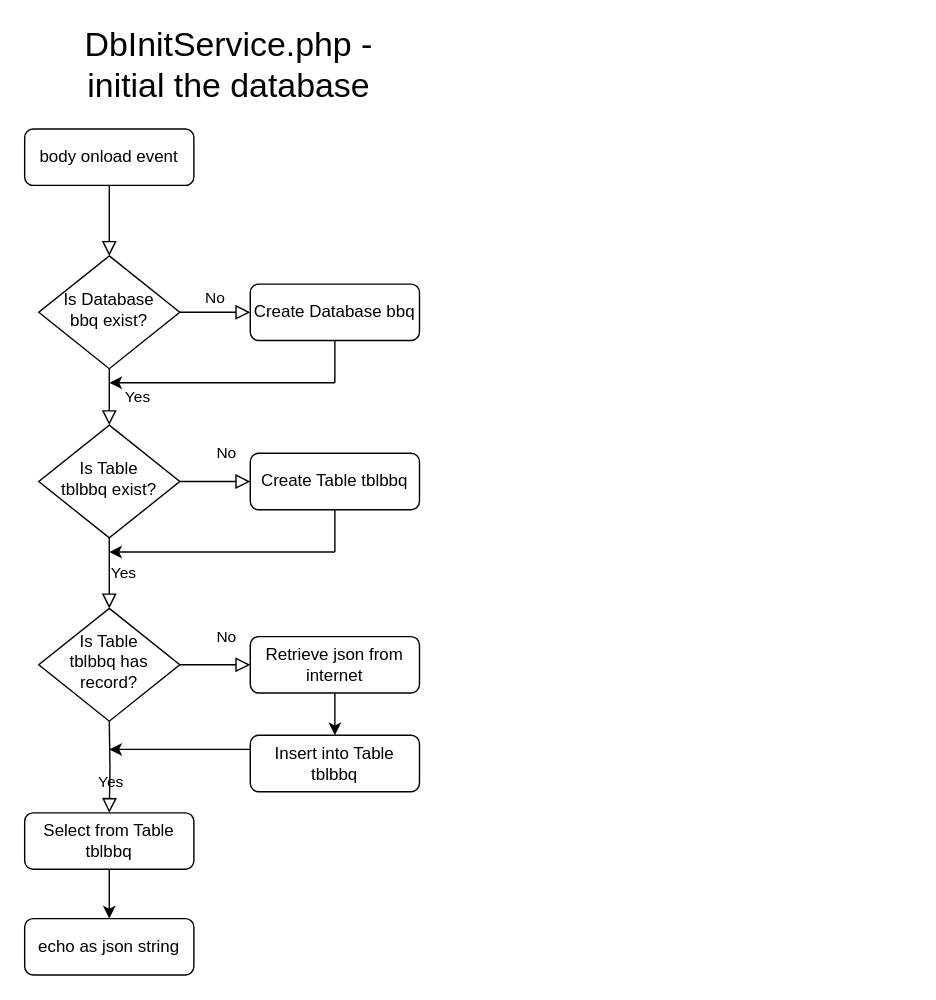
The draw.io diagram Untitled Diagram.drawio in kachun8051/networkdiagram, before the edit. Source tidied: cells renumbered, new cells numbered last; positions are measured from the earlier drawing's top-left corner, leaving out a move shared by most shapes. Both pictures are drawn from the tidied source at 141%, with x=0, y=0 at pixel (24, 44).
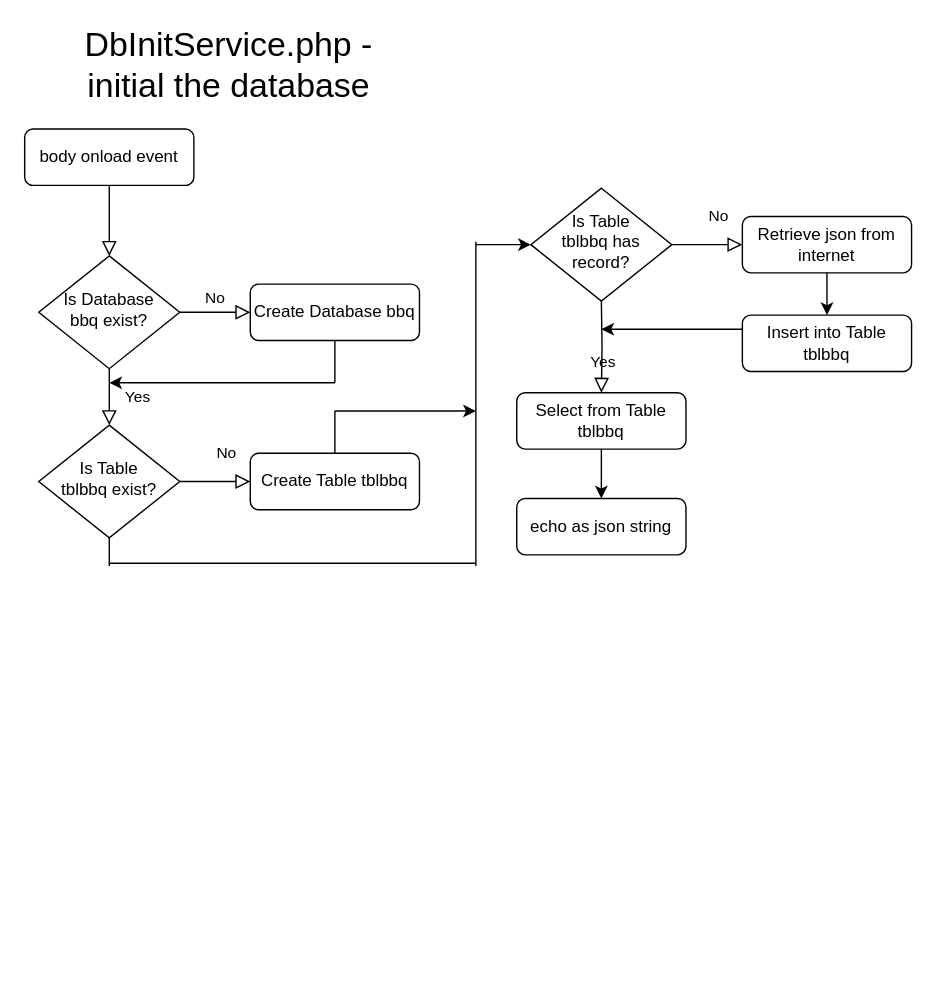
Above is the later version.

The change refers to these unchanged cells:
```xml
<mxCell id="10" value="Is Table &lt;br&gt;tblbbq exist?" style="rhombus;whiteSpace=wrap;html=1;shadow=0;fontFamily=Helvetica;fontSize=12;align=center;strokeWidth=1;spacing=6;spacingTop=-4;" parent="1" vertex="1">
  <mxGeometry x="10" y="270" width="100" height="80" as="geometry" />
</mxCell>
<mxCell id="11" value="Create Table tblbbq" style="rounded=1;whiteSpace=wrap;html=1;fontSize=12;glass=0;strokeWidth=1;shadow=0;" parent="1" vertex="1">
  <mxGeometry x="160" y="290" width="120" height="40" as="geometry" />
</mxCell>
```

Change to the diagram source:
```diff
@@
-    <mxCell id="9" value="Yes" style="edgeStyle=orthogonalEdgeStyle;rounded=0;html=1;jettySize=auto;fontSize=11;endArrow=block;endFill=0;endSize=8;strokeWidth=1;shadow=0;labelBackgroundColor=none;exitX=0.5;exitY=1;exitDx=0;exitDy=0;" parent="1" edge="1" source="10">
-      <mxGeometry y="10" relative="1" as="geometry">
-        <mxPoint x="60" y="400" as="targetPoint" />
-        <Array as="points">
-          <mxPoint x="60" y="370" />
-          <mxPoint x="60" y="370" />
-        </Array>
-      </mxGeometry>
-    </mxCell>
@@
     <mxCell id="15" style="endArrow=classic;html=1;rounded=0;fontSize=24;" parent="1" edge="1">
       <mxGeometry relative="1" as="geometry">
-        <mxPoint x="220" y="360" as="sourcePoint" />
-        <mxPoint x="60" y="360" as="targetPoint" />
+        <mxPoint x="220" y="260" as="sourcePoint" />
+        <mxPoint x="320" y="260" as="targetPoint" />
       </mxGeometry>
     </mxCell>
-    <mxCell id="16" style="endArrow=none;html=1;rounded=0;fontSize=24;entryX=0.5;entryY=1;entryDx=0;entryDy=0;" parent="1" edge="1">
-      <mxGeometry relative="1" as="geometry">
-        <mxPoint x="220" y="360" as="sourcePoint" />
-        <mxPoint x="220" y="330" as="targetPoint" />
-      </mxGeometry>
-    </mxCell>
     <mxCell id="17" value="Is Table &lt;br&gt;tblbbq has record?" style="rhombus;whiteSpace=wrap;html=1;shadow=0;fontFamily=Helvetica;fontSize=12;align=center;strokeWidth=1;spacing=6;spacingTop=-4;" parent="1" vertex="1">
-      <mxGeometry x="10" y="400" width="100" height="80" as="geometry" />
+      <mxGeometry x="359" y="102" width="100" height="80" as="geometry" />
     </mxCell>
     <mxCell id="18" value="Retrieve json from internet" style="rounded=1;whiteSpace=wrap;html=1;fontSize=12;glass=0;strokeWidth=1;shadow=0;" parent="1" vertex="1">
-      <mxGeometry x="160" y="420" width="120" height="40" as="geometry" />
+      <mxGeometry x="509" y="122" width="120" height="40" as="geometry" />
     </mxCell>
@@
     <mxCell id="20" value="Insert into Table tblbbq" style="rounded=1;whiteSpace=wrap;html=1;fontSize=12;glass=0;strokeWidth=1;shadow=0;" parent="1" vertex="1">
-      <mxGeometry x="160" y="490" width="120" height="40" as="geometry" />
+      <mxGeometry x="509" y="192" width="120" height="40" as="geometry" />
     </mxCell>
     <mxCell id="21" value="Select from Table tblbbq" style="rounded=1;whiteSpace=wrap;html=1;fontSize=12;glass=0;strokeWidth=1;shadow=0;" parent="1" vertex="1">
-      <mxGeometry y="545" width="120" height="40" as="geometry" />
+      <mxGeometry x="349" y="247" width="120" height="40" as="geometry" />
     </mxCell>
     <mxCell id="22" value="Yes" style="edgeStyle=orthogonalEdgeStyle;rounded=0;html=1;jettySize=auto;fontSize=11;endArrow=block;endFill=0;endSize=8;strokeWidth=1;shadow=0;labelBackgroundColor=none;" parent="1" edge="1" target="21">
       <mxGeometry y="10" relative="1" as="geometry">
-        <mxPoint x="60" y="480" as="sourcePoint" />
+        <mxPoint x="409" y="182" as="sourcePoint" />
       </mxGeometry>
     </mxCell>
     <mxCell id="23" value="echo as json string" style="rounded=1;whiteSpace=wrap;html=1;fontSize=12;glass=0;strokeWidth=1;shadow=0;" parent="1" vertex="1">
-      <mxGeometry y="620" width="120" height="40" as="geometry" />
+      <mxGeometry x="349" y="322" width="120" height="40" as="geometry" />
     </mxCell>
@@
     <mxCell id="25" style="endArrow=classic;html=1;rounded=0;fontSize=24;exitX=0;exitY=0.25;exitDx=0;exitDy=0;" parent="1" edge="1" source="20">
       <mxGeometry relative="1" as="geometry">
-        <mxPoint x="60" y="500" as="targetPoint" />
+        <mxPoint x="409" y="202" as="targetPoint" />
       </mxGeometry>
     </mxCell>
@@
+    <mxCell id="27" style="endArrow=classic;html=1;rounded=0;entryX=0;entryY=0.5;entryDx=0;entryDy=0;" parent="1" edge="1" target="17">
+      <mxGeometry relative="1" as="geometry">
+        <mxPoint x="320" y="142" as="sourcePoint" />
+      </mxGeometry>
+    </mxCell>
+    <mxCell id="28" style="endArrow=none;html=1;rounded=0;" parent="1" edge="1">
+      <mxGeometry relative="1" as="geometry">
+        <mxPoint x="320" y="370" as="sourcePoint" />
+        <mxPoint x="320" y="140" as="targetPoint" />
+      </mxGeometry>
+    </mxCell>
+    <mxCell id="29" style="endArrow=none;html=1;rounded=0;" parent="1" edge="1">
+      <mxGeometry relative="1" as="geometry">
+        <mxPoint x="60" y="368" as="sourcePoint" />
+        <mxPoint x="320" y="368" as="targetPoint" />
+      </mxGeometry>
+    </mxCell>
+    <mxCell id="30" style="endArrow=none;html=1;rounded=0;exitX=0.5;exitY=0;exitDx=0;exitDy=0;" parent="1" edge="1" source="11">
+      <mxGeometry relative="1" as="geometry">
+        <mxPoint x="220" y="260" as="targetPoint" />
+      </mxGeometry>
+    </mxCell>
+    <mxCell id="31" style="endArrow=none;html=1;rounded=0;entryX=0.5;entryY=1;entryDx=0;entryDy=0;" parent="1" edge="1" target="10">
+      <mxGeometry relative="1" as="geometry">
+        <mxPoint x="60" y="370" as="sourcePoint" />
+      </mxGeometry>
+    </mxCell>
```
